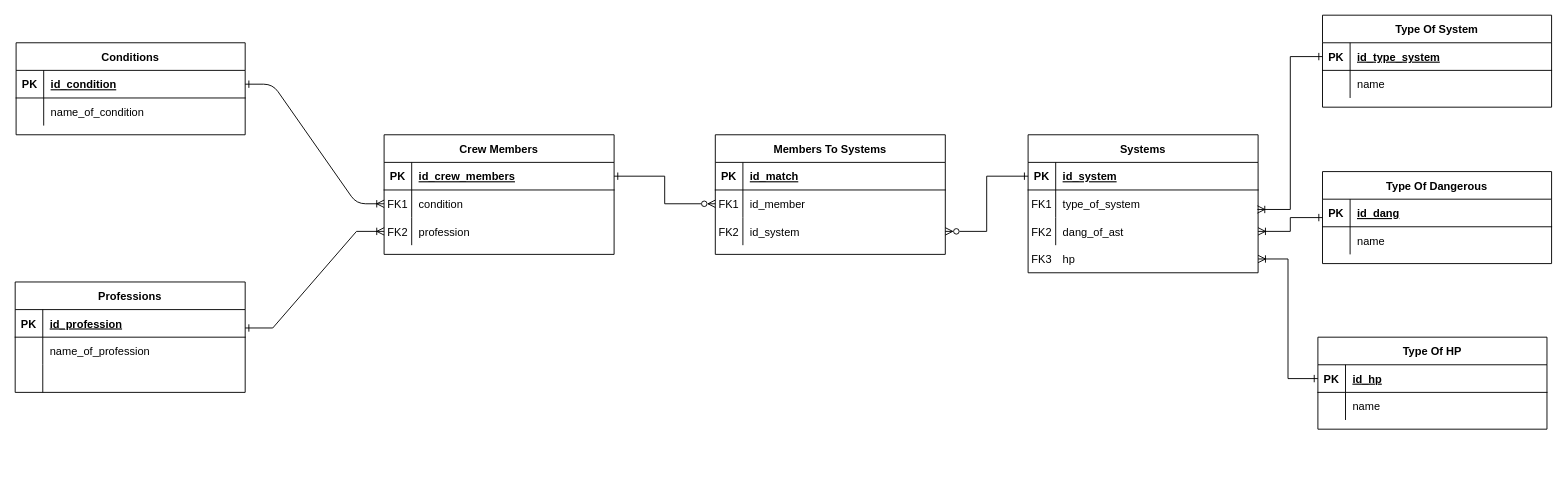
Before: 2nd_semester/db/lab1/diagram.drawio in EskimoCold/itmo, a draw.io diagram. Source tidied: cells renumbered, new cells numbered last; positions are measured from the earlier drawing's top-left corner, leaving out a move shared by most shapes. Both pictures are drawn from the tidied source at 92%, with x=0, y=0 at pixel (15, 15).
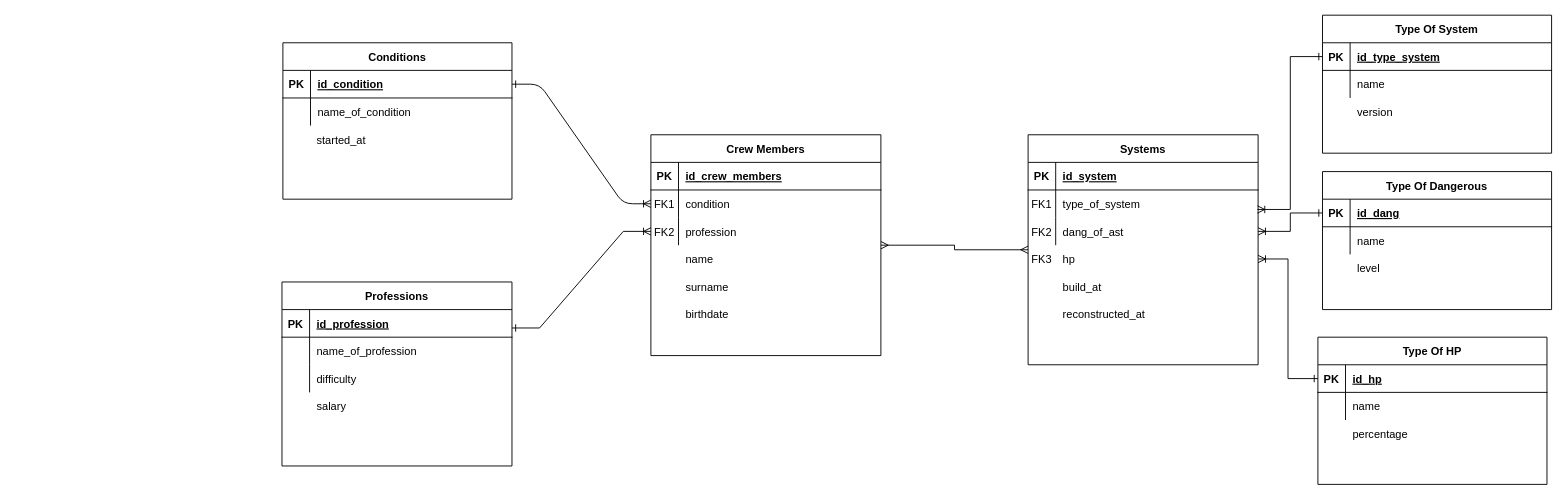
The same page after the edit.

Unchanged cells that the change refers to:
```xml
<mxCell id="4" style="shape=partialRectangle;fillColor=none;points=[[0,0.5],[1,0.5]];portConstraint=eastwest;top=0;left=0;right=0;bottom=1;" parent="3" vertex="1">
  <mxGeometry y="30" width="250" height="30" as="geometry" />
</mxCell>
<mxCell id="10" style="shape=partialRectangle;fillColor=none;points=[[0,0.5],[1,0.5]];portConstraint=eastwest;top=0;left=0;right=0;bottom=0;" parent="3" vertex="1">
  <mxGeometry y="90" width="250" height="30" as="geometry" />
</mxCell>
<mxCell id="28" style="shape=partialRectangle;fillColor=none;top=0;left=0;right=0;bottom=0;" parent="21" vertex="1">
  <mxGeometry y="90" width="250" height="30" as="geometry" />
</mxCell>
<mxCell id="43" style="shape=partialRectangle;fillColor=none;points=[[0,0.5],[1,0.5]];portConstraint=eastwest;top=0;left=0;right=0;bottom=1;" parent="42" vertex="1">
  <mxGeometry y="30" width="250" height="30" as="geometry" />
</mxCell>
<mxCell id="49" style="shape=partialRectangle;fillColor=none;points=[[0,0.5],[1,0.5]];portConstraint=eastwest;top=0;left=0;right=0;bottom=0;" parent="42" vertex="1">
  <mxGeometry y="90" width="250" height="30" as="geometry" />
</mxCell>
<mxCell id="65" style="shape=partialRectangle;fillColor=none;points=[[0,0.5],[1,0.5]];portConstraint=eastwest;top=0;left=0;right=0;bottom=1;" parent="64" vertex="1">
  <mxGeometry y="30" width="249" height="30" as="geometry" />
</mxCell>
```

The edit, as a diff of the source:
```diff
@@
+    <mxCell id="80" style="edgeStyle=orthogonalEdgeStyle;rounded=0;jettySize=auto;html=1;startArrow=ERmany;startFill=0;endArrow=ERmany;endFill=0;" parent="1" edge="1" source="3" target="42">
+      <mxGeometry relative="1" as="geometry" />
+    </mxCell>
     <mxCell id="3" value="Crew Members" style="shape=table;startSize=30;childLayout=tableLayout;rowLines=0;fontStyle=1;align=center;" parent="1" vertex="1">
-      <mxGeometry x="401" y="130" width="250" height="130" as="geometry" />
+      <mxGeometry x="691" y="130" width="250" height="240" as="geometry" />
     </mxCell>
@@
     <mxCell id="13" value="Conditions" style="shape=table;startSize=30;childLayout=tableLayout;rowLines=0;fontStyle=1;align=center;" parent="1" vertex="1">
-      <mxGeometry x="1" y="30" width="249" height="100" as="geometry" />
+      <mxGeometry x="291" y="30" width="249" height="170" as="geometry" />
     </mxCell>
@@
     <mxCell id="20" style="edgeStyle=entityRelationEdgeStyle;rounded=0;jettySize=auto;html=1;entryX=0;entryY=0.5;entryDx=0;entryDy=0;startArrow=ERone;startFill=0;endArrow=ERoneToMany;endFill=0;" parent="1" edge="1" target="10">
       <mxGeometry relative="1" as="geometry">
-        <mxPoint x="250" y="340" as="sourcePoint" />
+        <mxPoint x="540" y="340" as="sourcePoint" />
       </mxGeometry>
     </mxCell>
     <mxCell id="21" value="Professions" style="shape=table;startSize=30;childLayout=tableLayout;rowLines=0;fontStyle=1;align=center;" parent="1" vertex="1">
-      <mxGeometry y="290" width="250" height="120" as="geometry" />
+      <mxGeometry x="290" y="290" width="250" height="200" as="geometry" />
     </mxCell>
@@
-    <mxCell id="30" style="shape=partialRectangle;overflow=hidden;fillColor=none;top=0;left=0;bottom=0;right=0;align=left;spacingLeft=6;" parent="28" vertex="1">
+    <mxCell id="30" value="difficulty" style="shape=partialRectangle;overflow=hidden;fillColor=none;top=0;left=0;bottom=0;right=0;align=left;spacingLeft=6;" parent="28" vertex="1">
       <mxGeometry x="30" width="220" height="30" as="geometry" />
     </mxCell>
-    <mxCell id="31" value="Members To Systems" style="shape=table;startSize=30;childLayout=tableLayout;rowLines=0;fontStyle=1;align=center;" parent="1" vertex="1">
-      <mxGeometry x="761" y="130" width="250" height="130" as="geometry" />
-    </mxCell>
-    <mxCell id="32" style="shape=partialRectangle;fillColor=none;top=0;left=0;right=0;bottom=1;" parent="31" vertex="1">
-      <mxGeometry y="30" width="250" height="30" as="geometry" />
-    </mxCell>
-    <mxCell id="33" value="PK" style="shape=partialRectangle;overflow=hidden;fillColor=none;top=0;left=0;bottom=0;right=0;fontStyle=1;" parent="32" vertex="1">
-      <mxGeometry width="30" height="30" as="geometry" />
-    </mxCell>
-    <mxCell id="34" value="id_match" style="shape=partialRectangle;overflow=hidden;fillColor=none;top=0;left=0;bottom=0;right=0;align=left;spacingLeft=6;fontStyle=5;" parent="32" vertex="1">
-      <mxGeometry x="30" width="220" height="30" as="geometry" />
-    </mxCell>
-    <mxCell id="35" style="shape=partialRectangle;fillColor=none;points=[[0,0.5],[1,0.5]];portConstraint=eastwest;top=0;left=0;right=0;bottom=0;" parent="31" vertex="1">
-      <mxGeometry y="60" width="250" height="30" as="geometry" />
-    </mxCell>
-    <mxCell id="36" value="FK1" style="shape=partialRectangle;overflow=hidden;fillColor=none;top=0;left=0;bottom=0;right=0;" parent="35" vertex="1">
-      <mxGeometry width="30" height="30" as="geometry" />
-    </mxCell>
-    <mxCell id="37" value="id_member" style="shape=partialRectangle;overflow=hidden;fillColor=none;top=0;left=0;bottom=0;right=0;align=left;spacingLeft=6;" parent="35" vertex="1">
-      <mxGeometry x="30" width="220" height="30" as="geometry" />
-    </mxCell>
-    <mxCell id="38" style="shape=partialRectangle;fillColor=none;points=[[0,0.5],[1,0.5]];portConstraint=eastwest;top=0;left=0;right=0;bottom=0;" parent="31" vertex="1">
-      <mxGeometry y="90" width="250" height="30" as="geometry" />
-    </mxCell>
-    <mxCell id="39" value="FK2" style="shape=partialRectangle;overflow=hidden;fillColor=none;top=0;left=0;bottom=0;right=0;" parent="38" vertex="1">
-      <mxGeometry width="30" height="30" as="geometry" />
-    </mxCell>
-    <mxCell id="40" value="id_system" style="shape=partialRectangle;overflow=hidden;fillColor=none;top=0;left=0;bottom=0;right=0;align=left;spacingLeft=6;" parent="38" vertex="1">
-      <mxGeometry x="30" width="220" height="30" as="geometry" />
-    </mxCell>
-    <mxCell id="41" style="edgeStyle=orthogonalEdgeStyle;rounded=0;jettySize=auto;html=1;startArrow=ERone;startFill=0;endArrow=ERzeroToMany;endFill=0;" parent="1" edge="1" source="4" target="35">
-      <mxGeometry relative="1" as="geometry" />
-    </mxCell>
     <mxCell id="42" value="Systems" style="shape=table;startSize=30;childLayout=tableLayout;rowLines=0;fontStyle=1;align=center;" parent="1" vertex="1">
-      <mxGeometry x="1101" y="130" width="250" height="150" as="geometry" />
+      <mxGeometry x="1101" y="130" width="250" height="250" as="geometry" />
     </mxCell>
@@
-    <mxCell id="55" style="edgeStyle=orthogonalEdgeStyle;rounded=0;jettySize=auto;html=1;entryX=1;entryY=0.5;entryDx=0;entryDy=0;startArrow=ERone;startFill=0;endArrow=ERzeroToMany;endFill=0;" parent="1" edge="1" source="43" target="38">
-      <mxGeometry relative="1" as="geometry" />
-    </mxCell>
     <mxCell id="56" value="Type Of System" style="shape=table;startSize=30;childLayout=tableLayout;rowLines=0;fontStyle=1;align=center;" parent="1" vertex="1">
-      <mxGeometry x="1421" width="249" height="100" as="geometry" />
+      <mxGeometry x="1421" width="249" height="150" as="geometry" />
     </mxCell>
@@
-    <mxCell id="63" style="edgeStyle=orthogonalEdgeStyle;rounded=0;jettySize=auto;html=1;startArrow=ERone;startFill=0;endArrow=ERoneToMany;endFill=0;" parent="1" edge="1" source="64" target="49">
+    <mxCell id="63" style="edgeStyle=orthogonalEdgeStyle;rounded=0;jettySize=auto;html=1;startArrow=ERone;startFill=0;endArrow=ERoneToMany;endFill=0;exitX=0;exitY=0.5;exitDx=0;exitDy=0;" parent="1" edge="1" source="65" target="49">
       <mxGeometry relative="1" as="geometry" />
     </mxCell>
     <mxCell id="64" value="Type Of Dangerous" style="shape=table;startSize=30;childLayout=tableLayout;rowLines=0;fontStyle=1;align=center;" parent="1" vertex="1">
-      <mxGeometry x="1421" y="170" width="249" height="100" as="geometry" />
+      <mxGeometry x="1421" y="170" width="249" height="150" as="geometry" />
     </mxCell>
@@
     <mxCell id="71" value="Type Of HP" style="shape=table;startSize=30;childLayout=tableLayout;rowLines=0;fontStyle=1;align=center;" parent="1" vertex="1">
-      <mxGeometry x="1416" y="350" width="249" height="100" as="geometry" />
+      <mxGeometry x="1416" y="350" width="249" height="160" as="geometry" />
     </mxCell>
@@
+    <mxCell id="81" value="salary" style="shape=partialRectangle;overflow=hidden;fillColor=none;top=0;left=0;bottom=0;right=0;align=left;spacingLeft=6;" parent="1" vertex="1">
+      <mxGeometry x="320" y="410" width="220" height="30" as="geometry" />
+    </mxCell>
+    <mxCell id="82" value="started_at" style="shape=partialRectangle;overflow=hidden;fillColor=none;top=0;left=0;bottom=0;right=0;align=left;spacingLeft=6;" parent="1" vertex="1">
+      <mxGeometry x="320" y="120" width="219" height="30" as="geometry" />
+    </mxCell>
+    <mxCell id="83" style="shape=partialRectangle;fillColor=none;top=0;left=0;right=0;bottom=0;" parent="1" vertex="1">
+      <mxGeometry x="1421" y="90" width="249" height="30" as="geometry" />
+    </mxCell>
+    <mxCell id="84" style="shape=partialRectangle;overflow=hidden;fillColor=none;top=0;left=0;bottom=0;right=0;" parent="83" vertex="1">
+      <mxGeometry width="30" height="30" as="geometry" />
+    </mxCell>
+    <mxCell id="85" style="shape=partialRectangle;overflow=hidden;fillColor=none;top=0;left=0;bottom=0;right=0;align=left;spacingLeft=6;" parent="83" vertex="1">
+      <mxGeometry x="30" width="219" height="30" as="geometry" />
+    </mxCell>
+    <mxCell id="86" value="name" style="shape=partialRectangle;overflow=hidden;fillColor=none;top=0;left=0;bottom=0;right=0;align=left;spacingLeft=6;" parent="1" vertex="1">
+      <mxGeometry x="721" y="250" width="220" height="30" as="geometry" />
+    </mxCell>
+    <mxCell id="87" value="surname" style="shape=partialRectangle;overflow=hidden;fillColor=none;top=0;left=0;bottom=0;right=0;align=left;spacingLeft=6;" parent="1" vertex="1">
+      <mxGeometry x="721" y="280" width="220" height="30" as="geometry" />
+    </mxCell>
+    <mxCell id="88" value="birthdate" style="shape=partialRectangle;overflow=hidden;fillColor=none;top=0;left=0;bottom=0;right=0;align=left;spacingLeft=6;" parent="1" vertex="1">
+      <mxGeometry x="721" y="310" width="220" height="30" as="geometry" />
+    </mxCell>
+    <mxCell id="89" style="shape=partialRectangle;fillColor=none;top=0;left=0;right=0;bottom=0;" parent="1" vertex="1">
+      <mxGeometry x="1101" y="280" width="250" height="30" as="geometry" />
+    </mxCell>
+    <mxCell id="90" value="build_at" style="shape=partialRectangle;overflow=hidden;fillColor=none;top=0;left=0;bottom=0;right=0;align=left;spacingLeft=6;" parent="89" vertex="1">
+      <mxGeometry x="30" width="220" height="30" as="geometry" />
+    </mxCell>
+    <mxCell id="91" value="level" style="shape=partialRectangle;overflow=hidden;fillColor=none;top=0;left=0;bottom=0;right=0;align=left;spacingLeft=6;" parent="1" vertex="1">
+      <mxGeometry x="1451" y="260" width="219" height="30" as="geometry" />
+    </mxCell>
+    <mxCell id="92" style="shape=partialRectangle;fillColor=none;top=0;left=0;right=0;bottom=0;" parent="1" vertex="1">
+      <mxGeometry x="1416" y="440" width="249" height="30" as="geometry" />
+    </mxCell>
+    <mxCell id="93" style="shape=partialRectangle;overflow=hidden;fillColor=none;top=0;left=0;bottom=0;right=0;" parent="92" vertex="1">
+      <mxGeometry width="30" height="30" as="geometry" />
+    </mxCell>
+    <mxCell id="94" value="percentage" style="shape=partialRectangle;overflow=hidden;fillColor=none;top=0;left=0;bottom=0;right=0;align=left;spacingLeft=6;" parent="92" vertex="1">
+      <mxGeometry x="30" width="219" height="30" as="geometry" />
+    </mxCell>
+    <mxCell id="95" value="version" style="shape=partialRectangle;overflow=hidden;fillColor=none;top=0;left=0;bottom=0;right=0;align=left;spacingLeft=6;" parent="1" vertex="1">
+      <mxGeometry x="1451" y="90" width="219" height="30" as="geometry" />
+    </mxCell>
+    <mxCell id="96" style="shape=partialRectangle;fillColor=none;top=0;left=0;right=0;bottom=0;" parent="1" vertex="1">
+      <mxGeometry x="1101" y="310" width="250" height="30" as="geometry" />
+    </mxCell>
+    <mxCell id="97" value="reconstructed_at" style="shape=partialRectangle;overflow=hidden;fillColor=none;top=0;left=0;bottom=0;right=0;align=left;spacingLeft=6;" parent="96" vertex="1">
+      <mxGeometry x="30" width="220" height="30" as="geometry" />
+    </mxCell>
```
